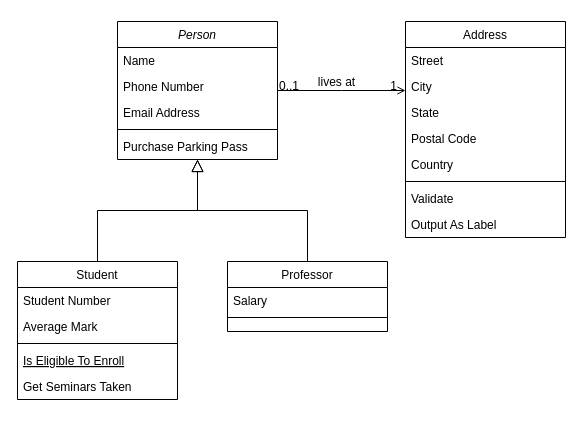
Earlier version of the draw.io diagram Diagrama sem nome.drawio (gabherhzdasveia/analise). Source tidied: cells renumbered, new cells numbered last; positions are measured from the earlier drawing's top-left corner, leaving out a move shared by most shapes. Both pictures are drawn from the tidied source at 100%, with x=0, y=0 at pixel (17, 21).
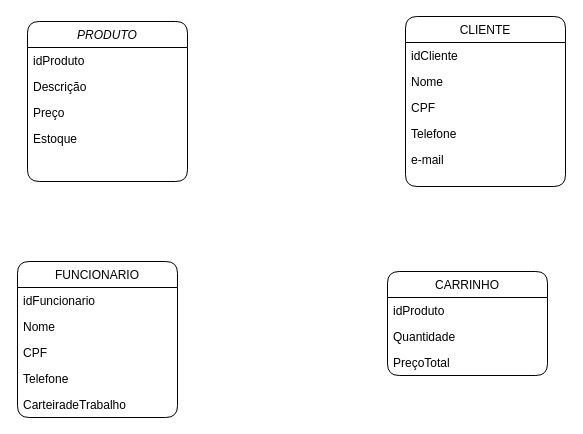
After the change.

The edit, as a diff of the source:
```diff
@@
-    <mxCell id="2" value="Person" style="swimlane;fontStyle=2;align=center;verticalAlign=top;horizontal=1;startSize=26;rounded=0;shadow=0;strokeWidth=1;" parent="1" vertex="1">
-      <mxGeometry x="100" width="160" height="138" as="geometry" />
+    <mxCell id="2" value="PRODUTO" style="swimlane;fontStyle=2;align=center;verticalAlign=top;horizontal=1;startSize=26;rounded=1;shadow=0;strokeWidth=1;" parent="1" vertex="1">
+      <mxGeometry x="10" width="160" height="160" as="geometry" />
     </mxCell>
-    <mxCell id="3" value="Name" style="text;align=left;verticalAlign=top;spacingLeft=4;spacingRight=4;overflow=hidden;" parent="2" vertex="1">
+    <mxCell id="3" value="idProduto" style="text;align=left;verticalAlign=top;spacingLeft=4;spacingRight=4;overflow=hidden;rounded=1;" parent="2" vertex="1">
       <mxGeometry y="26" width="160" height="26" as="geometry" />
     </mxCell>
-    <mxCell id="4" value="Phone Number" style="text;align=left;verticalAlign=top;spacingLeft=4;spacingRight=4;overflow=hidden;rounded=0;shadow=0;html=0;" parent="2" vertex="1">
+    <mxCell id="4" value="Descrição" style="text;align=left;verticalAlign=top;spacingLeft=4;spacingRight=4;overflow=hidden;rounded=1;shadow=0;html=0;" parent="2" vertex="1">
       <mxGeometry y="52" width="160" height="26" as="geometry" />
     </mxCell>
-    <mxCell id="5" value="Email Address" style="text;align=left;verticalAlign=top;spacingLeft=4;spacingRight=4;overflow=hidden;rounded=0;shadow=0;html=0;" parent="2" vertex="1">
+    <mxCell id="5" value="Preço" style="text;align=left;verticalAlign=top;spacingLeft=4;spacingRight=4;overflow=hidden;rounded=1;shadow=0;html=0;" parent="2" vertex="1">
       <mxGeometry y="78" width="160" height="26" as="geometry" />
     </mxCell>
-    <mxCell id="6" style="line;html=1;strokeWidth=1;align=left;verticalAlign=middle;spacingTop=-1;spacingLeft=3;spacingRight=3;labelPosition=right;" parent="2" vertex="1">
-      <mxGeometry y="104" width="160" height="8" as="geometry" />
-    </mxCell>
-    <mxCell id="7" value="Purchase Parking Pass" style="text;align=left;verticalAlign=top;spacingLeft=4;spacingRight=4;overflow=hidden;" parent="2" vertex="1">
-      <mxGeometry y="112" width="160" height="26" as="geometry" />
-    </mxCell>
+    <mxCell id="32" value="Estoque" style="text;align=left;verticalAlign=top;spacingLeft=4;spacingRight=4;overflow=hidden;rounded=1;shadow=0;html=0;" parent="2" vertex="1">
+      <mxGeometry y="104" width="160" height="26" as="geometry" />
+    </mxCell>
-    <mxCell id="8" value="Student" style="swimlane;fontStyle=0;align=center;verticalAlign=top;horizontal=1;startSize=26;rounded=0;shadow=0;strokeWidth=1;" parent="1" vertex="1">
-      <mxGeometry y="240" width="160" height="138" as="geometry" />
+    <mxCell id="8" value="FUNCIONARIO" style="swimlane;fontStyle=0;align=center;verticalAlign=top;horizontal=1;startSize=26;rounded=1;shadow=0;strokeWidth=1;" parent="1" vertex="1">
+      <mxGeometry y="240" width="160" height="156" as="geometry" />
     </mxCell>
-    <mxCell id="9" value="Student Number" style="text;align=left;verticalAlign=top;spacingLeft=4;spacingRight=4;overflow=hidden;" parent="8" vertex="1">
+    <mxCell id="9" value="idFuncionario" style="text;align=left;verticalAlign=top;spacingLeft=4;spacingRight=4;overflow=hidden;rounded=1;" parent="8" vertex="1">
       <mxGeometry y="26" width="160" height="26" as="geometry" />
     </mxCell>
-    <mxCell id="10" value="Average Mark" style="text;align=left;verticalAlign=top;spacingLeft=4;spacingRight=4;overflow=hidden;rounded=0;shadow=0;html=0;" parent="8" vertex="1">
+    <mxCell id="10" value="Nome" style="text;align=left;verticalAlign=top;spacingLeft=4;spacingRight=4;overflow=hidden;rounded=1;shadow=0;html=0;" parent="8" vertex="1">
       <mxGeometry y="52" width="160" height="26" as="geometry" />
     </mxCell>
-    <mxCell id="11" style="line;html=1;strokeWidth=1;align=left;verticalAlign=middle;spacingTop=-1;spacingLeft=3;spacingRight=3;labelPosition=right;" parent="8" vertex="1">
-      <mxGeometry y="78" width="160" height="8" as="geometry" />
-    </mxCell>
-    <mxCell id="12" value="Is Eligible To Enroll" style="text;align=left;verticalAlign=top;spacingLeft=4;spacingRight=4;overflow=hidden;fontStyle=4;" parent="8" vertex="1">
-      <mxGeometry y="86" width="160" height="26" as="geometry" />
-    </mxCell>
-    <mxCell id="13" value="Get Seminars Taken" style="text;align=left;verticalAlign=top;spacingLeft=4;spacingRight=4;overflow=hidden;" parent="8" vertex="1">
-      <mxGeometry y="112" width="160" height="26" as="geometry" />
-    </mxCell>
-    <mxCell id="14" style="endArrow=block;endSize=10;endFill=0;shadow=0;strokeWidth=1;rounded=0;edgeStyle=elbowEdgeStyle;elbow=vertical;" parent="1" edge="1" source="8" target="2">
-      <mxGeometry relative="1" as="geometry" />
-    </mxCell>
+    <mxCell id="33" value="CPF" style="text;align=left;verticalAlign=top;spacingLeft=4;spacingRight=4;overflow=hidden;rounded=1;shadow=0;html=0;" parent="8" vertex="1">
+      <mxGeometry y="78" width="160" height="26" as="geometry" />
+    </mxCell>
+    <mxCell id="34" value="Telefone" style="text;align=left;verticalAlign=top;spacingLeft=4;spacingRight=4;overflow=hidden;rounded=1;shadow=0;html=0;" parent="8" vertex="1">
+      <mxGeometry y="104" width="160" height="26" as="geometry" />
+    </mxCell>
+    <mxCell id="35" value="CarteiradeTrabalho" style="text;align=left;verticalAlign=top;spacingLeft=4;spacingRight=4;overflow=hidden;rounded=1;shadow=0;html=0;" parent="8" vertex="1">
+      <mxGeometry y="130" width="160" height="26" as="geometry" />
+    </mxCell>
-    <mxCell id="15" value="Professor" style="swimlane;fontStyle=0;align=center;verticalAlign=top;horizontal=1;startSize=26;rounded=0;shadow=0;strokeWidth=1;" parent="1" vertex="1">
-      <mxGeometry x="210" y="240" width="160" height="70" as="geometry" />
+    <mxCell id="15" value="CARRINHO" style="swimlane;fontStyle=0;align=center;verticalAlign=top;horizontal=1;startSize=26;rounded=1;shadow=0;strokeWidth=1;" parent="1" vertex="1">
+      <mxGeometry x="370" y="250" width="160" height="104" as="geometry" />
     </mxCell>
-    <mxCell id="16" value="Salary" style="text;align=left;verticalAlign=top;spacingLeft=4;spacingRight=4;overflow=hidden;" parent="15" vertex="1">
+    <mxCell id="16" value="idProduto" style="text;align=left;verticalAlign=top;spacingLeft=4;spacingRight=4;overflow=hidden;rounded=1;" parent="15" vertex="1">
       <mxGeometry y="26" width="160" height="26" as="geometry" />
     </mxCell>
-    <mxCell id="17" style="line;html=1;strokeWidth=1;align=left;verticalAlign=middle;spacingTop=-1;spacingLeft=3;spacingRight=3;labelPosition=right;" parent="15" vertex="1">
-      <mxGeometry y="52" width="160" height="8" as="geometry" />
-    </mxCell>
-    <mxCell id="18" style="endArrow=block;endSize=10;endFill=0;shadow=0;strokeWidth=1;rounded=0;edgeStyle=elbowEdgeStyle;elbow=vertical;" parent="1" edge="1" source="15" target="2">
-      <mxGeometry relative="1" as="geometry" />
-    </mxCell>
+    <mxCell id="36" value="Quantidade" style="text;align=left;verticalAlign=top;spacingLeft=4;spacingRight=4;overflow=hidden;rounded=1;" parent="15" vertex="1">
+      <mxGeometry y="52" width="160" height="26" as="geometry" />
+    </mxCell>
+    <mxCell id="37" value="PreçoTotal" style="text;align=left;verticalAlign=top;spacingLeft=4;spacingRight=4;overflow=hidden;rounded=1;" parent="15" vertex="1">
+      <mxGeometry y="78" width="160" height="26" as="geometry" />
+    </mxCell>
-    <mxCell id="19" value="Address" style="swimlane;fontStyle=0;align=center;verticalAlign=top;horizontal=1;startSize=26;rounded=0;shadow=0;strokeWidth=1;" parent="1" vertex="1">
-      <mxGeometry x="388" width="160" height="216" as="geometry" />
+    <mxCell id="19" value="CLIENTE" style="swimlane;fontStyle=0;align=center;verticalAlign=top;horizontal=1;startSize=26;rounded=1;shadow=0;strokeWidth=1;" parent="1" vertex="1">
+      <mxGeometry x="388" y="-5" width="160" height="170" as="geometry" />
     </mxCell>
-    <mxCell id="20" value="Street" style="text;align=left;verticalAlign=top;spacingLeft=4;spacingRight=4;overflow=hidden;" parent="19" vertex="1">
+    <mxCell id="20" value="idCliente" style="text;align=left;verticalAlign=top;spacingLeft=4;spacingRight=4;overflow=hidden;rounded=1;" parent="19" vertex="1">
       <mxGeometry y="26" width="160" height="26" as="geometry" />
     </mxCell>
-    <mxCell id="21" value="City" style="text;align=left;verticalAlign=top;spacingLeft=4;spacingRight=4;overflow=hidden;rounded=0;shadow=0;html=0;" parent="19" vertex="1">
+    <mxCell id="21" value="Nome" style="text;align=left;verticalAlign=top;spacingLeft=4;spacingRight=4;overflow=hidden;rounded=1;shadow=0;html=0;" parent="19" vertex="1">
       <mxGeometry y="52" width="160" height="26" as="geometry" />
     </mxCell>
-    <mxCell id="22" value="State" style="text;align=left;verticalAlign=top;spacingLeft=4;spacingRight=4;overflow=hidden;rounded=0;shadow=0;html=0;" parent="19" vertex="1">
+    <mxCell id="22" value="CPF" style="text;align=left;verticalAlign=top;spacingLeft=4;spacingRight=4;overflow=hidden;rounded=1;shadow=0;html=0;" parent="19" vertex="1">
       <mxGeometry y="78" width="160" height="26" as="geometry" />
     </mxCell>
-    <mxCell id="23" value="Postal Code" style="text;align=left;verticalAlign=top;spacingLeft=4;spacingRight=4;overflow=hidden;rounded=0;shadow=0;html=0;" parent="19" vertex="1">
+    <mxCell id="23" value="Telefone" style="text;align=left;verticalAlign=top;spacingLeft=4;spacingRight=4;overflow=hidden;rounded=1;shadow=0;html=0;" parent="19" vertex="1">
       <mxGeometry y="104" width="160" height="26" as="geometry" />
     </mxCell>
-    <mxCell id="24" value="Country" style="text;align=left;verticalAlign=top;spacingLeft=4;spacingRight=4;overflow=hidden;rounded=0;shadow=0;html=0;" parent="19" vertex="1">
+    <mxCell id="24" value="e-mail" style="text;align=left;verticalAlign=top;spacingLeft=4;spacingRight=4;overflow=hidden;rounded=1;shadow=0;html=0;" parent="19" vertex="1">
       <mxGeometry y="130" width="160" height="26" as="geometry" />
     </mxCell>
-    <mxCell id="25" style="line;html=1;strokeWidth=1;align=left;verticalAlign=middle;spacingTop=-1;spacingLeft=3;spacingRight=3;labelPosition=right;" parent="19" vertex="1">
-      <mxGeometry y="156" width="160" height="8" as="geometry" />
-    </mxCell>
-    <mxCell id="26" value="Validate" style="text;align=left;verticalAlign=top;spacingLeft=4;spacingRight=4;overflow=hidden;" parent="19" vertex="1">
-      <mxGeometry y="164" width="160" height="26" as="geometry" />
-    </mxCell>
-    <mxCell id="27" value="Output As Label" style="text;align=left;verticalAlign=top;spacingLeft=4;spacingRight=4;overflow=hidden;" parent="19" vertex="1">
-      <mxGeometry y="190" width="160" height="26" as="geometry" />
-    </mxCell>
-    <mxCell id="28" style="endArrow=open;shadow=0;strokeWidth=1;rounded=0;endFill=1;edgeStyle=elbowEdgeStyle;elbow=vertical;" parent="1" edge="1" source="2" target="19">
-      <mxGeometry x="0.5" y="41" relative="1" as="geometry">
-        <mxPoint x="-40" y="32" as="offset" />
-      </mxGeometry>
-    </mxCell>
-    <mxCell id="29" value="0..1" style="align=left;verticalAlign=bottom;labelBackgroundColor=none;fontSize=12;" parent="28" vertex="1">
-      <mxGeometry x="-1" relative="1" as="geometry">
-        <mxPoint y="4" as="offset" />
-      </mxGeometry>
-    </mxCell>
-    <mxCell id="30" value="1" style="align=right;verticalAlign=bottom;labelBackgroundColor=none;fontSize=12;" parent="28" vertex="1">
-      <mxGeometry x="1" relative="1" as="geometry">
-        <mxPoint x="-7" y="4" as="offset" />
-      </mxGeometry>
-    </mxCell>
-    <mxCell id="31" value="lives at" style="text;html=1;align=center;verticalAlign=middle;labelBackgroundColor=none;rounded=0;shadow=0;strokeWidth=1;fontSize=12;" parent="28" vertex="1">
-      <mxGeometry x="0.5" y="49" relative="1" as="geometry">
-        <mxPoint x="-38" y="40" as="offset" />
-      </mxGeometry>
-    </mxCell>
```
